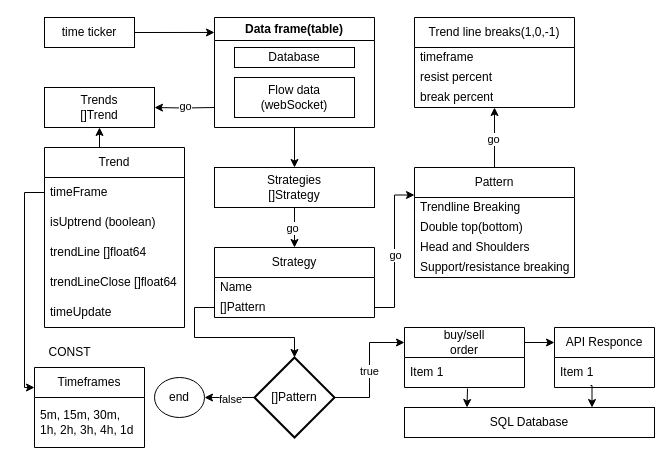
Earlier version of the draw.io diagram docs/algoTrade.drawio (Hardmun/trading). Source tidied: cells renumbered, new cells numbered last; positions are measured from the earlier drawing's top-left corner, leaving out a move shared by most shapes. Both pictures are drawn from the tidied source at 100%, with x=0, y=0 at pixel (24, 17).
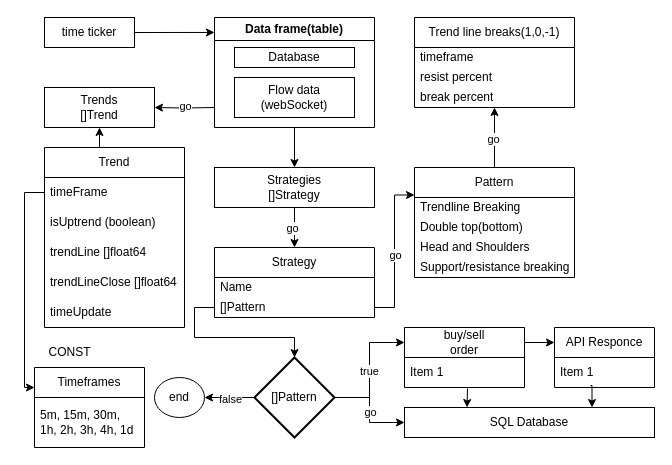
The same diagram, later.

The change refers to these unchanged cells:
```xml
<mxCell id="45" value="[]Pattern" style="strokeWidth=2;html=1;shape=mxgraph.flowchart.decision;whiteSpace=wrap;" parent="1" vertex="1">
  <mxGeometry x="230" y="340" width="80" height="80" as="geometry" />
</mxCell>
<mxCell id="53" value="SQL Database" style="rounded=0;whiteSpace=wrap;html=1;" parent="1" vertex="1">
  <mxGeometry x="380" y="390" width="250" height="30" as="geometry" />
</mxCell>
```

The edit, as a diff of the source:
```diff
@@
+    <mxCell id="56" style="edgeStyle=orthogonalEdgeStyle;rounded=0;jettySize=auto;html=1;exitX=1;exitY=0.5;exitDx=0;exitDy=0;exitPerimeter=0;entryX=0;entryY=0.5;entryDx=0;entryDy=0;" parent="1" edge="1" source="45" target="53">
+      <mxGeometry relative="1" as="geometry" />
+    </mxCell>
+    <mxCell id="57" value="go" style="edgeLabel;html=1;align=center;verticalAlign=middle;" parent="56" vertex="1">
+      <mxGeometry x="0.03" relative="1" as="geometry" />
+    </mxCell>
```
